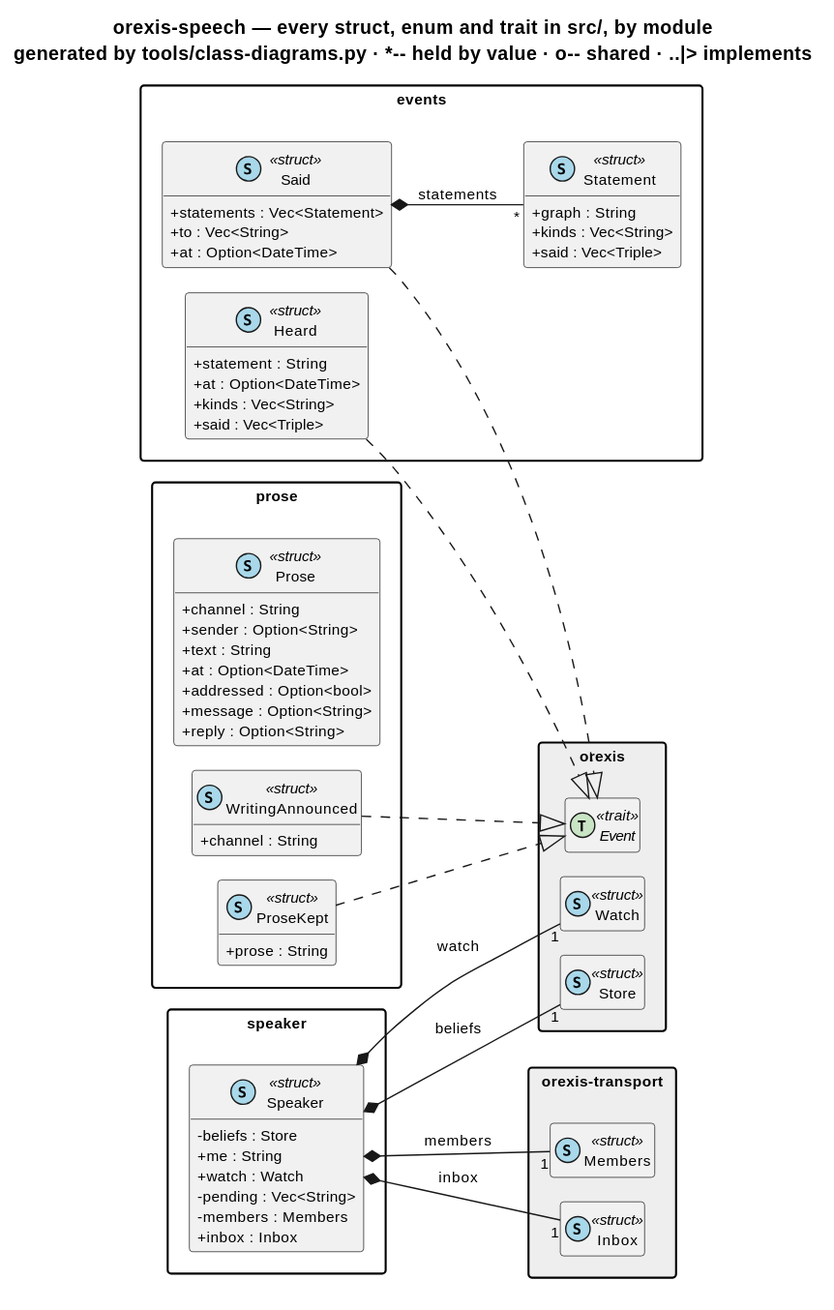
The PlantUML diagram knowledge/diagrams/package-orexis-speech.svg in ShishkinDmitriy/orexis, before a commit. Source of this version:
```plantuml
@startuml
!pragma layout smetana
title orexis-speech — every struct, enum and trait in src/, by module\ngenerated by tools/class-diagrams.py · ~*~-~- held by value · o~-~- shared · ..|> implements
skinparam shadowing false
skinparam classAttributeIconSize 0
skinparam defaultFontSize 11
skinparam packageStyle rectangle
hide empty members
left to right direction

package "events" {
  class "Heard" as orexis_speech__events__Heard << (S,#A8D8EA) struct >> {
    {field} +statement : String
    {field} +at : Option<DateTime>
    {field} +kinds : Vec<String>
    {field} +said : Vec<Triple>
  }
  class "Said" as orexis_speech__events__Said << (S,#A8D8EA) struct >> {
    {field} +statements : Vec<Statement>
    {field} +to : Vec<String>
    {field} +at : Option<DateTime>
  }
  class "Statement" as orexis_speech__events__Statement << (S,#A8D8EA) struct >> {
    {field} +graph : String
    {field} +kinds : Vec<String>
    {field} +said : Vec<Triple>
  }
}
package "prose" {
  class "Prose" as orexis_speech__prose__Prose << (S,#A8D8EA) struct >> {
    {field} +channel : String
    {field} +sender : Option<String>
    {field} +text : String
    {field} +at : Option<DateTime>
    {field} +addressed : Option<bool>
    {field} +message : Option<String>
    {field} +reply : Option<String>
  }
  class "ProseKept" as orexis_speech__prose__ProseKept << (S,#A8D8EA) struct >> {
    {field} +prose : String
  }
  class "WritingAnnounced" as orexis_speech__prose__WritingAnnounced << (S,#A8D8EA) struct >> {
    {field} +channel : String
  }
}
package "speaker" {
  class "Speaker" as orexis_speech__speaker__Speaker << (S,#A8D8EA) struct >> {
    {field} -beliefs : Store
    {field} +me : String
    {field} +watch : Watch
    {field} -pending : Vec<String>
    {field} -members : Members
    {field} +inbox : Inbox
  }
}

package "orexis" #EEEEEE {
  interface "Event" as orexis__events__Event << (T,#C9E4C5) trait >>
  class "Watch" as orexis__events__Watch << (S,#A8D8EA) struct >>
  class "Store" as orexis__store__Store << (S,#A8D8EA) struct >>
}
package "orexis-transport" #EEEEEE {
  class "Inbox" as orexis_transport__inbox__Inbox << (S,#A8D8EA) struct >>
  class "Members" as orexis_transport__member__Members << (S,#A8D8EA) struct >>
}

orexis_speech__events__Said *-- "*" orexis_speech__events__Statement : statements
orexis_speech__speaker__Speaker *-- "1" orexis__store__Store : beliefs
orexis_speech__speaker__Speaker *-- "1" orexis__events__Watch : watch
orexis_speech__speaker__Speaker *-- "1" orexis_transport__member__Members : members
orexis_speech__speaker__Speaker *-- "1" orexis_transport__inbox__Inbox : inbox
orexis_speech__events__Heard ..|> orexis__events__Event
orexis_speech__prose__ProseKept ..|> orexis__events__Event
orexis_speech__events__Said ..|> orexis__events__Event
orexis_speech__prose__WritingAnnounced ..|> orexis__events__Event
@enduml
```
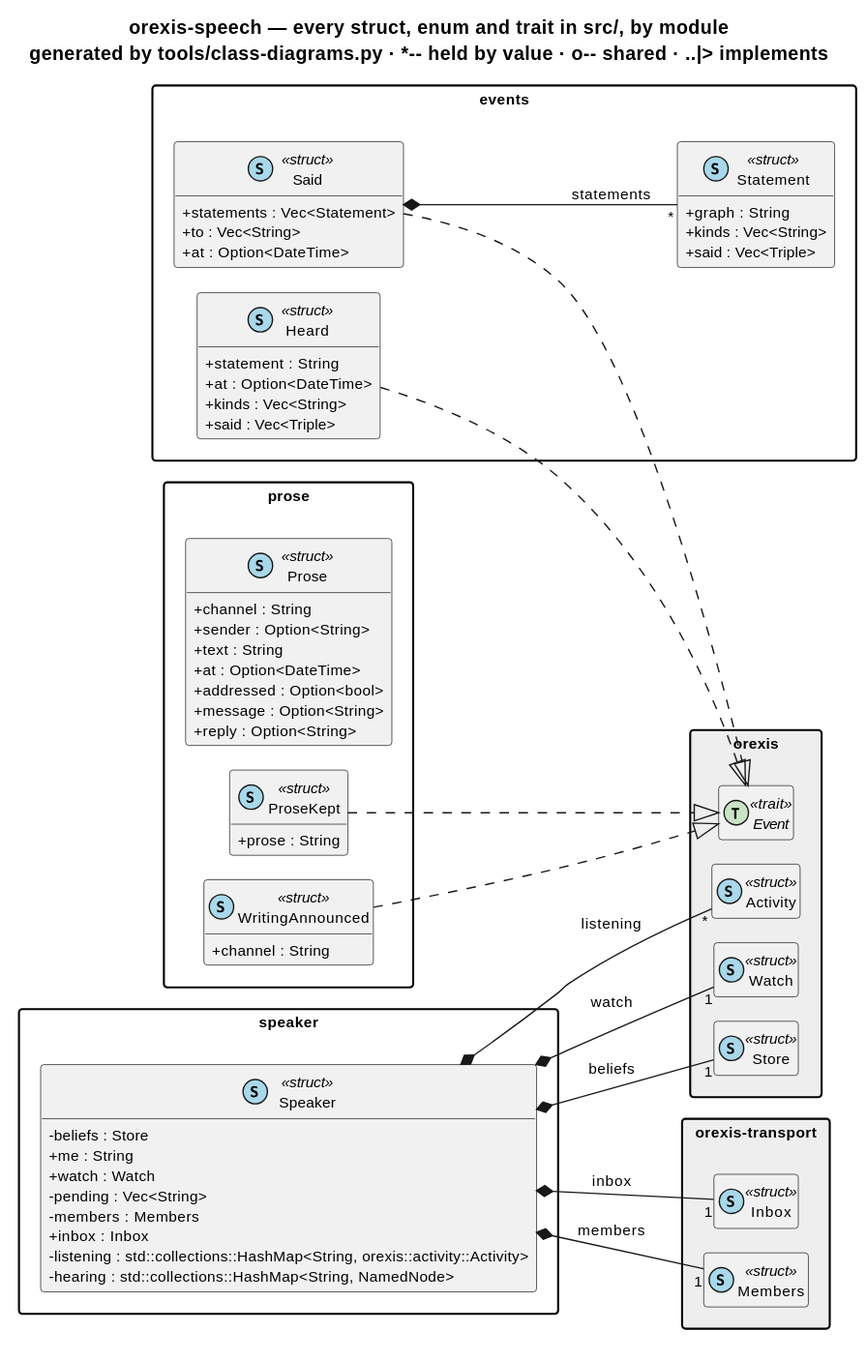
After the change.

Commit message:
Speech listens on each channel as an activity, and the trace holds in the allotment and the layby

What changed in the source:
```diff
@@ -51,10 +51,13 @@
     {field} -pending : Vec<String>
     {field} -members : Members
     {field} +inbox : Inbox
+    {field} -listening : std::collections::HashMap<String, orexis::activity::Activity>
+    {field} -hearing : std::collections::HashMap<String, NamedNode>
   }
 }
 
 package "orexis" #EEEEEE {
+  class "Activity" as orexis__activity__Activity << (S,#A8D8EA) struct >>
   interface "Event" as orexis__events__Event << (T,#C9E4C5) trait >>
   class "Watch" as orexis__events__Watch << (S,#A8D8EA) struct >>
   class "Store" as orexis__store__Store << (S,#A8D8EA) struct >>
@@ -69,6 +72,7 @@
 orexis_speech__speaker__Speaker *-- "1" orexis__events__Watch : watch
 orexis_speech__speaker__Speaker *-- "1" orexis_transport__member__Members : members
 orexis_speech__speaker__Speaker *-- "1" orexis_transport__inbox__Inbox : inbox
+orexis_speech__speaker__Speaker *-- "*" orexis__activity__Activity : listening
 orexis_speech__events__Heard ..|> orexis__events__Event
 orexis_speech__prose__ProseKept ..|> orexis__events__Event
 orexis_speech__events__Said ..|> orexis__events__Event
```
